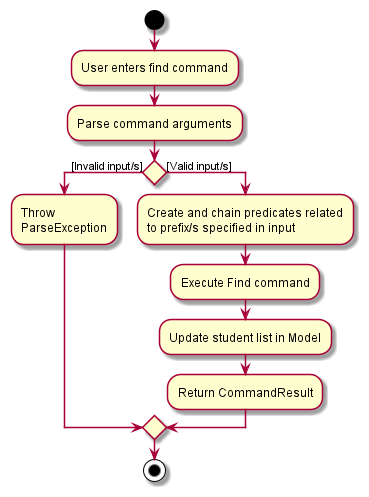
tenebrius1/tp keeps this PlantUML diagram as docs/images/FindCommandActivityDiagram.png. Above is the earlier version.
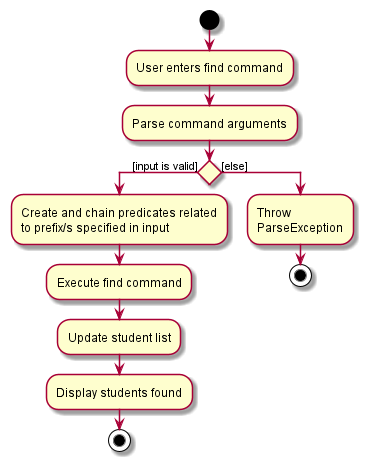
The same diagram one commit later.

Change to the diagram source:
```diff
@@ -3,16 +3,14 @@
 :User enters find command;
 :Parse command arguments;
 
-if () then ([Invalid input/s])
-    :Throw \nParseException;
-else ([Valid input/s])
+if () then ([input is valid])
     :Create and chain predicates related
     to prefix/s specified in input;
-    :Execute Find command;
-    :Update student list in Model;
-    :Return CommandResult;
-
-endif
-
-stop
+    :Execute find command;
+    :Update student list;
+    :Display students found;
+    stop
+else ([else])
+    :Throw \nParseException;
+    stop
 @enduml
```
